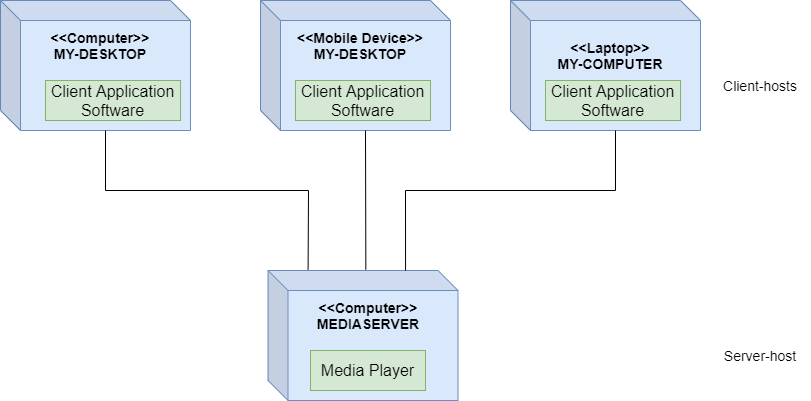
Earlier version of the draw.io export Architectural styles/Layred Systems/Dataserver nTierDiagram.png (smitbmx/Architecture-Diagrams). Source tidied: cells renumbered, new cells last; positions are measured from the earlier drawing's top-left corner, leaving out a move shared by most shapes.
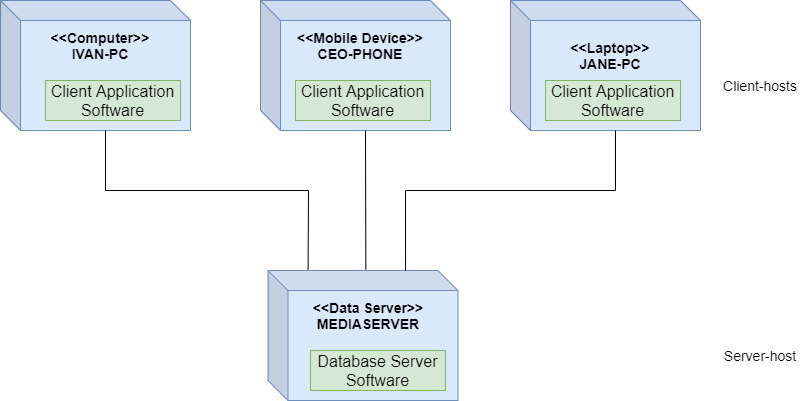
The same diagram one commit later.

Diff of the diagram source:
```diff
@@ -5,7 +5,7 @@
     <mxCell id="2" style="shape=cube;whiteSpace=wrap;html=1;boundedLbl=1;backgroundOutline=1;darkOpacity=0.05;darkOpacity2=0.1;fillColor=#dae8fc;strokeColor=#6c8ebf;" parent="1" vertex="1">
       <mxGeometry width="190" height="130" as="geometry" />
     </mxCell>
-    <mxCell id="3" value="&amp;lt;&amp;lt;Computer&amp;gt;&amp;gt;&lt;br style=&quot;font-size: 14px;&quot;&gt;MY-DESKTOP" style="text;html=1;strokeColor=none;fillColor=none;align=center;verticalAlign=middle;whiteSpace=wrap;rounded=0;fontSize=14;fontStyle=1;" parent="1" vertex="1">
+    <mxCell id="3" value="&amp;lt;&amp;lt;Computer&amp;gt;&amp;gt;&lt;br style=&quot;font-size: 14px&quot;&gt;IVAN-PC" style="text;html=1;strokeColor=none;fillColor=none;align=center;verticalAlign=middle;whiteSpace=wrap;rounded=0;fontSize=14;fontStyle=1;" parent="1" vertex="1">
       <mxGeometry x="35" y="30" width="130" height="30" as="geometry" />
     </mxCell>
     <mxCell id="4" value="&lt;font style=&quot;font-size: 16px&quot;&gt;Client Application Software&lt;/font&gt;" style="rounded=0;whiteSpace=wrap;html=1;fillColor=#d5e8d4;strokeColor=#82b366;" parent="1" vertex="1">
@@ -14,24 +14,21 @@
     <mxCell id="5" style="shape=cube;whiteSpace=wrap;html=1;boundedLbl=1;backgroundOutline=1;darkOpacity=0.05;darkOpacity2=0.1;fillColor=#dae8fc;strokeColor=#6c8ebf;" parent="1" vertex="1">
       <mxGeometry x="260" width="190" height="130" as="geometry" />
     </mxCell>
-    <mxCell id="6" value="&amp;lt;&amp;lt;Mobile Device&amp;gt;&amp;gt;&lt;br style=&quot;font-size: 14px&quot;&gt;MY-DESKTOP" style="text;html=1;strokeColor=none;fillColor=none;align=center;verticalAlign=middle;whiteSpace=wrap;rounded=0;fontSize=14;fontStyle=1;" parent="1" vertex="1">
+    <mxCell id="6" value="&amp;lt;&amp;lt;Mobile Device&amp;gt;&amp;gt;&lt;br style=&quot;font-size: 14px&quot;&gt;CEO-PHONE" style="text;html=1;strokeColor=none;fillColor=none;align=center;verticalAlign=middle;whiteSpace=wrap;rounded=0;fontSize=14;fontStyle=1;" parent="1" vertex="1">
       <mxGeometry x="295" y="30" width="130" height="30" as="geometry" />
     </mxCell>
     <mxCell id="7" style="shape=cube;whiteSpace=wrap;html=1;boundedLbl=1;backgroundOutline=1;darkOpacity=0.05;darkOpacity2=0.1;fillColor=#dae8fc;strokeColor=#6c8ebf;" parent="1" vertex="1">
       <mxGeometry x="510" width="190" height="130" as="geometry" />
     </mxCell>
-    <mxCell id="8" value="&amp;lt;&amp;lt;Laptop&amp;gt;&amp;gt;&lt;br style=&quot;font-size: 14px&quot;&gt;MY-COMPUTER" style="text;html=1;strokeColor=none;fillColor=none;align=center;verticalAlign=middle;whiteSpace=wrap;rounded=0;fontSize=14;fontStyle=1;" parent="1" vertex="1">
+    <mxCell id="8" value="&amp;lt;&amp;lt;Laptop&amp;gt;&amp;gt;&lt;br style=&quot;font-size: 14px&quot;&gt;JANE-PC" style="text;html=1;strokeColor=none;fillColor=none;align=center;verticalAlign=middle;whiteSpace=wrap;rounded=0;fontSize=14;fontStyle=1;" parent="1" vertex="1">
       <mxGeometry x="545" y="40" width="130" height="30" as="geometry" />
     </mxCell>
     <mxCell id="9" style="shape=cube;whiteSpace=wrap;html=1;boundedLbl=1;backgroundOutline=1;darkOpacity=0.05;darkOpacity2=0.1;fillColor=#dae8fc;strokeColor=#6c8ebf;" parent="1" vertex="1">
       <mxGeometry x="267.5" y="270" width="190" height="130" as="geometry" />
     </mxCell>
-    <mxCell id="10" value="&amp;lt;&amp;lt;Computer&amp;gt;&amp;gt;&lt;br style=&quot;font-size: 14px&quot;&gt;MEDIASERVER" style="text;html=1;strokeColor=none;fillColor=none;align=center;verticalAlign=middle;whiteSpace=wrap;rounded=0;fontSize=14;fontStyle=1;" parent="1" vertex="1">
+    <mxCell id="10" value="&amp;lt;&amp;lt;Data Server&amp;gt;&amp;gt;&lt;br style=&quot;font-size: 14px&quot;&gt;MEDIASERVER" style="text;html=1;strokeColor=none;fillColor=none;align=center;verticalAlign=middle;whiteSpace=wrap;rounded=0;fontSize=14;fontStyle=1;" parent="1" vertex="1">
       <mxGeometry x="302.5" y="300" width="130" height="30" as="geometry" />
     </mxCell>
-    <mxCell id="11" value="&lt;font style=&quot;font-size: 16px&quot;&gt;Media Player&lt;/font&gt;" style="rounded=0;whiteSpace=wrap;html=1;fillColor=#d5e8d4;strokeColor=#82b366;" parent="1" vertex="1">
-      <mxGeometry x="310" y="350" width="115" height="40" as="geometry" />
-    </mxCell>
     <mxCell id="12" style="endArrow=none;html=1;rounded=0;fontSize=14;exitX=0;exitY=0;exitDx=105;exitDy=130;exitPerimeter=0;entryX=0.211;entryY=-0.008;entryDx=0;entryDy=0;entryPerimeter=0;" parent="1" edge="1" source="2" target="9">
       <mxGeometry relative="1" as="geometry">
         <Array as="points">
@@ -63,5 +60,8 @@
     <mxCell id="18" value="&lt;font style=&quot;font-size: 16px&quot;&gt;Client Application Software&lt;/font&gt;" style="rounded=0;whiteSpace=wrap;html=1;fillColor=#d5e8d4;strokeColor=#82b366;" parent="1" vertex="1">
       <mxGeometry x="545" y="80" width="135" height="40" as="geometry" />
     </mxCell>
+    <mxCell id="19" value="&lt;font style=&quot;font-size: 16px&quot;&gt;Database Server Software&lt;/font&gt;" style="rounded=0;whiteSpace=wrap;html=1;fillColor=#d5e8d4;strokeColor=#82b366;" parent="1" vertex="1">
+      <mxGeometry x="310" y="350" width="135" height="40" as="geometry" />
+    </mxCell>
   </root>
 </mxGraphModel>
```
